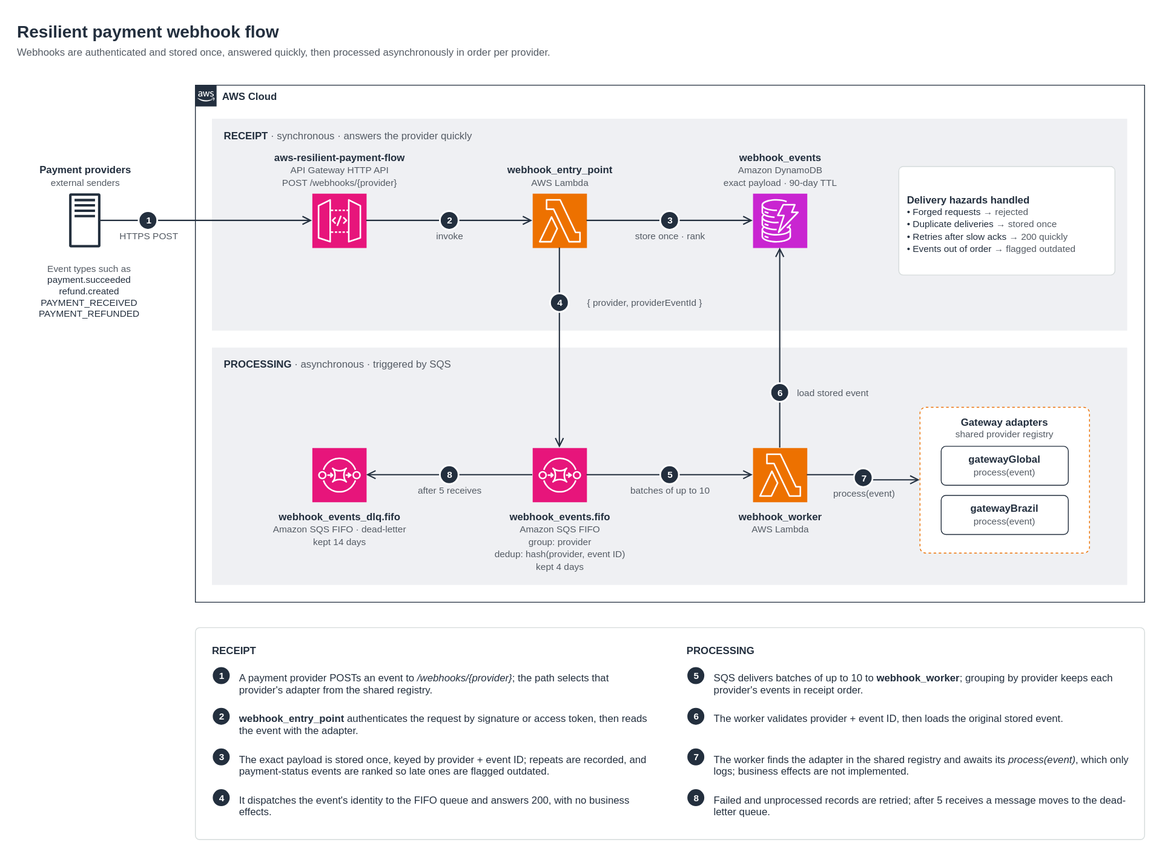
Earlier version of the draw.io export docs/architecture/images/architecture.drawio.svg (gabrielroriz/aws-resilient-payment-flow). Source tidied: cells renumbered, new cells last; positions are measured from the earlier drawing's top-left corner, leaving out a move shared by most shapes.
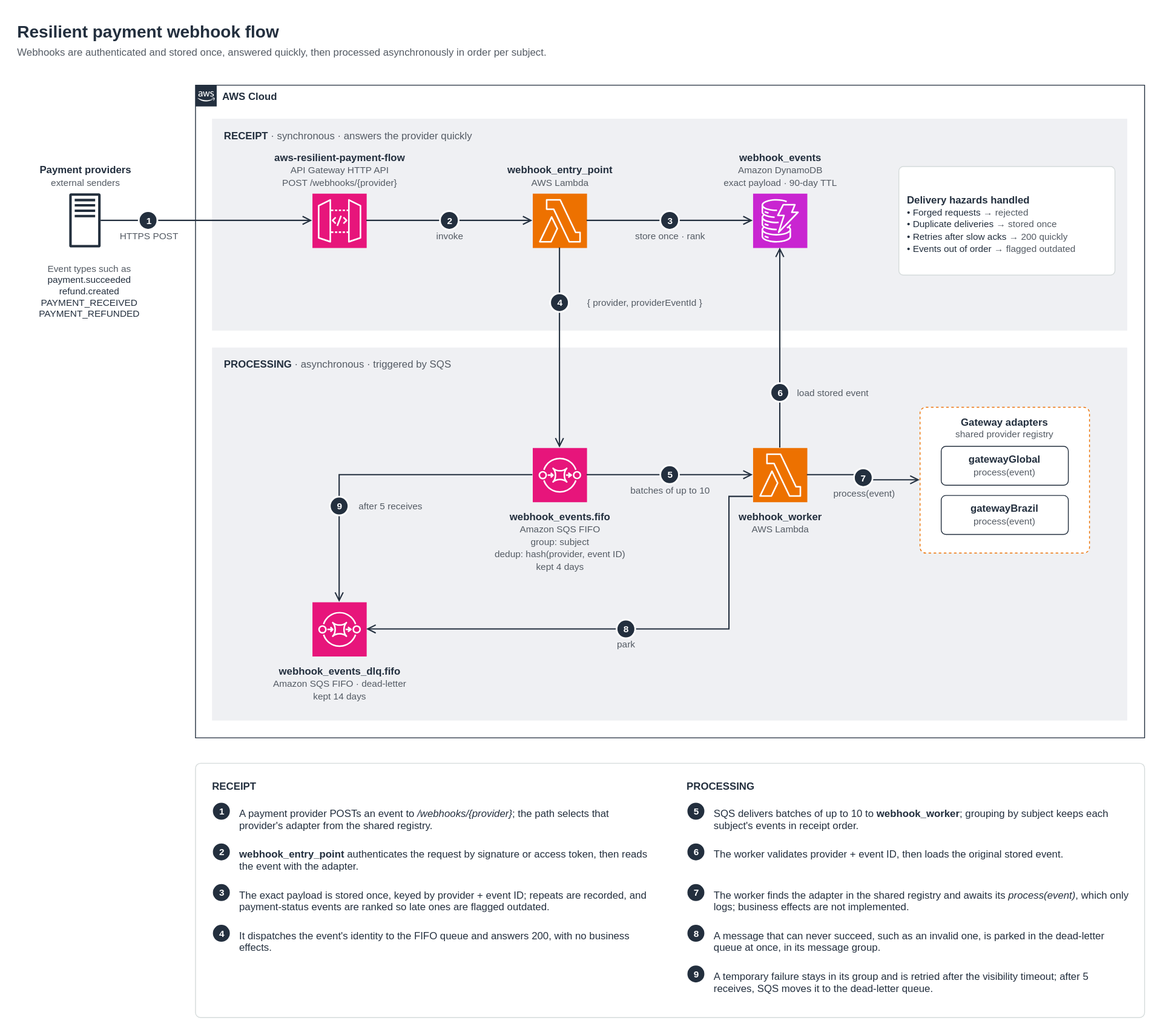
The same file after the commit.

Diff of the diagram source:
```diff
@@ -5,7 +5,7 @@
     <mxCell id="2" value="&lt;b&gt;Resilient payment webhook flow&lt;/b&gt;" style="text;html=1;whiteSpace=wrap;align=left;verticalAlign=top;fontSize=20;fontColor=#232F3E;spacing=0;" parent="1" vertex="1">
       <mxGeometry width="900" height="26" as="geometry" />
     </mxCell>
-    <mxCell id="3" value="Webhooks are authenticated and stored once, answered quickly, then processed asynchronously in order per provider." style="text;html=1;whiteSpace=wrap;align=left;verticalAlign=top;fontSize=12;fontColor=#545B64;spacing=0;" parent="1" vertex="1">
+    <mxCell id="3" value="Webhooks are authenticated and stored once, answered quickly, then processed asynchronously in order per subject." style="text;html=1;whiteSpace=wrap;align=left;verticalAlign=top;fontSize=12;fontColor=#545B64;spacing=0;" parent="1" vertex="1">
       <mxGeometry y="30" width="1000" height="18" as="geometry" />
     </mxCell>
     <mxCell id="4" value="&lt;b&gt;Payment providers&lt;/b&gt;&lt;br&gt;&lt;font style=&quot;font-size:11px&quot; color=&quot;#545B64&quot;&gt;external senders&lt;/font&gt;" style="sketch=0;outlineConnect=0;fontColor=#232F3E;gradientColor=none;fillColor=#232F3D;strokeColor=none;dashed=0;verticalLabelPosition=top;verticalAlign=bottom;align=center;html=1;fontSize=12;fontStyle=0;spacing=6;shape=mxgraph.aws4.traditional_server;" parent="1" vertex="1">
@@ -15,7 +15,7 @@
       <mxGeometry y="286" width="170" height="90" as="geometry" />
     </mxCell>
     <mxCell id="6" value="AWS Cloud" style="html=1;whiteSpace=wrap;gradientColor=none;fontSize=12;fontStyle=1;shape=mxgraph.aws4.group;grIcon=mxgraph.aws4.group_aws_cloud_alt;strokeColor=#232F3E;fillColor=none;verticalAlign=top;align=left;spacingLeft=30;fontColor=#232F3E;dashed=0;" parent="1" vertex="1">
-      <mxGeometry x="210" y="80" width="1120" height="610" as="geometry" />
+      <mxGeometry x="210" y="80" width="1120" height="770" as="geometry" />
     </mxCell>
     <mxCell id="7" value="&lt;b&gt;RECEIPT&lt;/b&gt;&lt;font color=&quot;#545B64&quot;&gt; · synchronous · answers the provider quickly&lt;/font&gt;" style="html=1;whiteSpace=wrap;fillColor=#EFF0F3;strokeColor=none;dashed=0;verticalAlign=top;align=left;spacingLeft=12;spacingTop=6;fontStyle=0;fontColor=#232F3E;fontSize=12;" parent="6" vertex="1">
       <mxGeometry x="20" y="40" width="1080" height="250" as="geometry" />
@@ -53,12 +53,12 @@
       </mxGeometry>
     </mxCell>
     <mxCell id="16" value="&lt;b&gt;PROCESSING&lt;/b&gt;&lt;font color=&quot;#545B64&quot;&gt; · asynchronous · triggered by SQS&lt;/font&gt;" style="html=1;whiteSpace=wrap;fillColor=#EFF0F3;strokeColor=none;dashed=0;verticalAlign=top;align=left;spacingLeft=12;spacingTop=6;fontStyle=0;fontColor=#232F3E;fontSize=12;" parent="6" vertex="1">
-      <mxGeometry x="20" y="310" width="1080" height="280" as="geometry" />
+      <mxGeometry x="20" y="310" width="1080" height="440" as="geometry" />
     </mxCell>
     <mxCell id="17" value="&lt;b&gt;webhook_events_dlq.fifo&lt;/b&gt;&lt;br&gt;&lt;font style=&quot;font-size:11px&quot; color=&quot;#545B64&quot;&gt;Amazon SQS FIFO · dead-letter&lt;/font&gt;&lt;br&gt;&lt;font style=&quot;font-size:11px&quot; color=&quot;#545B64&quot;&gt;kept 14 days&lt;/font&gt;" style="sketch=0;points=[[0,0,0],[0.25,0,0],[0.5,0,0],[0.75,0,0],[1,0,0],[0,1,0],[0.25,1,0],[0.5,1,0],[0.75,1,0],[1,1,0],[0,0.25,0],[0,0.5,0],[0,0.75,0],[1,0.25,0],[1,0.5,0],[1,0.75,0]];outlineConnect=0;fontColor=#232F3E;fillColor=#E7157B;strokeColor=#ffffff;dashed=0;verticalLabelPosition=bottom;verticalAlign=top;align=center;html=1;fontSize=12;fontStyle=0;spacing=6;shape=mxgraph.aws4.resourceIcon;resIcon=mxgraph.aws4.sqs;" parent="16" vertex="1">
-      <mxGeometry x="118" y="118" width="64" height="64" as="geometry" />
+      <mxGeometry x="118" y="300" width="64" height="64" as="geometry" />
     </mxCell>
-    <mxCell id="18" value="&lt;b&gt;webhook_events.fifo&lt;/b&gt;&lt;br&gt;&lt;font style=&quot;font-size:11px&quot; color=&quot;#545B64&quot;&gt;Amazon SQS FIFO&lt;/font&gt;&lt;br&gt;&lt;font style=&quot;font-size:11px&quot; color=&quot;#545B64&quot;&gt;group: provider&lt;/font&gt;&lt;br&gt;&lt;font style=&quot;font-size:11px&quot; color=&quot;#545B64&quot;&gt;dedup: hash(provider, event ID)&lt;/font&gt;&lt;br&gt;&lt;font style=&quot;font-size:11px&quot; color=&quot;#545B64&quot;&gt;kept 4 days&lt;/font&gt;" style="sketch=0;points=[[0,0,0],[0.25,0,0],[0.5,0,0],[0.75,0,0],[1,0,0],[0,1,0],[0.25,1,0],[0.5,1,0],[0.75,1,0],[1,1,0],[0,0.25,0],[0,0.5,0],[0,0.75,0],[1,0.25,0],[1,0.5,0],[1,0.75,0]];outlineConnect=0;fontColor=#232F3E;fillColor=#E7157B;strokeColor=#ffffff;dashed=0;verticalLabelPosition=bottom;verticalAlign=top;align=center;html=1;fontSize=12;fontStyle=0;spacing=6;shape=mxgraph.aws4.resourceIcon;resIcon=mxgraph.aws4.sqs;" parent="16" vertex="1">
+    <mxCell id="18" value="&lt;b&gt;webhook_events.fifo&lt;/b&gt;&lt;br&gt;&lt;font style=&quot;font-size:11px&quot; color=&quot;#545B64&quot;&gt;Amazon SQS FIFO&lt;/font&gt;&lt;br&gt;&lt;font style=&quot;font-size:11px&quot; color=&quot;#545B64&quot;&gt;group: subject&lt;/font&gt;&lt;br&gt;&lt;font style=&quot;font-size:11px&quot; color=&quot;#545B64&quot;&gt;dedup: hash(provider, event ID)&lt;/font&gt;&lt;br&gt;&lt;font style=&quot;font-size:11px&quot; color=&quot;#545B64&quot;&gt;kept 4 days&lt;/font&gt;" style="sketch=0;points=[[0,0,0],[0.25,0,0],[0.5,0,0],[0.75,0,0],[1,0,0],[0,1,0],[0.25,1,0],[0.5,1,0],[0.75,1,0],[1,1,0],[0,0.25,0],[0,0.5,0],[0,0.75,0],[1,0.25,0],[1,0.5,0],[1,0.75,0]];outlineConnect=0;fontColor=#232F3E;fillColor=#E7157B;strokeColor=#ffffff;dashed=0;verticalLabelPosition=bottom;verticalAlign=top;align=center;html=1;fontSize=12;fontStyle=0;spacing=6;shape=mxgraph.aws4.resourceIcon;resIcon=mxgraph.aws4.sqs;" parent="16" vertex="1">
       <mxGeometry x="378" y="118" width="64" height="64" as="geometry" />
     </mxCell>
     <mxCell id="19" value="&lt;b&gt;webhook_worker&lt;/b&gt;&lt;br&gt;&lt;font style=&quot;font-size:11px&quot; color=&quot;#545B64&quot;&gt;AWS Lambda&lt;/font&gt;" style="sketch=0;points=[[0,0,0],[0.25,0,0],[0.5,0,0],[0.75,0,0],[1,0,0],[0,1,0],[0.25,1,0],[0.5,1,0],[0.75,1,0],[1,1,0],[0,0.25,0],[0,0.5,0],[0,0.75,0],[1,0.25,0],[1,0.5,0],[1,0.75,0]];outlineConnect=0;fontColor=#232F3E;fillColor=#ED7100;strokeColor=#ffffff;dashed=0;verticalLabelPosition=bottom;verticalAlign=top;align=center;html=1;fontSize=12;fontStyle=0;spacing=6;shape=mxgraph.aws4.resourceIcon;resIcon=mxgraph.aws4.lambda;" parent="16" vertex="1">
@@ -93,16 +93,33 @@
         <mxPoint x="-11" y="-11" as="offset" />
       </mxGeometry>
     </mxCell>
-    <mxCell id="27" value="after 5 receives" style="edgeStyle=orthogonalEdgeStyle;rounded=0;html=1;endArrow=open;endSize=8;strokeWidth=1.5;strokeColor=#232F3E;fontColor=#545B64;fontSize=11;labelBackgroundColor=none;exitX=0;exitY=0.5;exitDx=0;exitDy=0;entryX=1;entryY=0.5;entryDx=0;entryDy=0;" parent="16" edge="1" source="18" target="17">
-      <mxGeometry relative="1" as="geometry">
-        <mxPoint y="18" as="offset" />
+    <mxCell id="27" value="after 5 receives" style="edgeStyle=orthogonalEdgeStyle;rounded=0;html=1;endArrow=open;endSize=8;strokeWidth=1.5;strokeColor=#232F3E;fontColor=#545B64;fontSize=11;labelBackgroundColor=none;exitX=0;exitY=0.5;exitDx=0;exitDy=0;entryX=0.5;entryY=0;entryDx=0;entryDy=0;" parent="16" edge="1" source="18" target="17">
+      <mxGeometry x="0.4" relative="1" as="geometry">
+        <Array as="points">
+          <mxPoint x="150" y="150" />
+        </Array>
+        <mxPoint x="60" as="offset" />
       </mxGeometry>
     </mxCell>
-    <mxCell id="28" value="8" style="ellipse;html=1;fillColor=#232F3E;strokeColor=#FFFFFF;strokeWidth=2;fontColor=#FFFFFF;fontStyle=1;fontSize=11;align=center;verticalAlign=middle;spacing=0;" parent="27" vertex="1">
-      <mxGeometry width="22" height="22" relative="1" as="geometry">
+    <mxCell id="28" value="9" style="ellipse;html=1;fillColor=#232F3E;strokeColor=#FFFFFF;strokeWidth=2;fontColor=#FFFFFF;fontStyle=1;fontSize=11;align=center;verticalAlign=middle;spacing=0;" parent="27" vertex="1">
+      <mxGeometry x="0.4" width="22" height="22" relative="1" as="geometry">
         <mxPoint x="-11" y="-11" as="offset" />
       </mxGeometry>
     </mxCell>
+    <mxCell id="54" value="park" style="edgeStyle=orthogonalEdgeStyle;rounded=0;html=1;endArrow=open;endSize=8;strokeWidth=1.5;strokeColor=#232F3E;fontColor=#545B64;fontSize=11;labelBackgroundColor=none;exitX=0;exitY=0.9;exitDx=0;exitDy=0;entryX=1;entryY=0.5;entryDx=0;entryDy=0;" parent="16" edge="1" source="19" target="17">
+      <mxGeometry relative="1" as="geometry">
+        <Array as="points">
+          <mxPoint x="610" y="176" />
+          <mxPoint x="610" y="332" />
+        </Array>
+        <mxPoint y="18" as="offset" />
+      </mxGeometry>
+    </mxCell>
+    <mxCell id="55" value="8" style="ellipse;html=1;fillColor=#232F3E;strokeColor=#FFFFFF;strokeWidth=2;fontColor=#FFFFFF;fontStyle=1;fontSize=11;align=center;verticalAlign=middle;spacing=0;" parent="54" vertex="1">
+      <mxGeometry width="22" height="22" relative="1" as="geometry">
+        <mxPoint x="-11" y="-11" as="offset" />
+      </mxGeometry>
+    </mxCell>
     <mxCell id="29" value="{ provider, providerEventId }" style="edgeStyle=orthogonalEdgeStyle;rounded=0;html=1;endArrow=open;endSize=8;strokeWidth=1.5;strokeColor=#232F3E;fontColor=#545B64;fontSize=11;labelBackgroundColor=none;exitX=0.5;exitY=1;exitDx=0;exitDy=0;entryX=0.5;entryY=0;entryDx=0;entryDy=0;" parent="6" edge="1" source="9" target="18">
       <mxGeometry x="-0.45" relative="1" as="geometry">
         <mxPoint x="100" as="offset" />
@@ -124,7 +141,7 @@
       </mxGeometry>
     </mxCell>
     <mxCell id="33" style="html=1;whiteSpace=wrap;fillColor=#FFFFFF;strokeColor=#D5DBDB;rounded=1;arcSize=2;" parent="1" vertex="1">
-      <mxGeometry x="210" y="720" width="1120" height="250" as="geometry" />
+      <mxGeometry x="210" y="880" width="1120" height="300" as="geometry" />
     </mxCell>
     <mxCell id="34" value="&lt;b&gt;RECEIPT&lt;/b&gt;" style="text;html=1;whiteSpace=wrap;align=left;verticalAlign=top;fontSize=12;fontColor=#232F3E;spacing=0;" parent="33" vertex="1">
       <mxGeometry x="20" y="16" width="520" height="18" as="geometry" />
@@ -159,7 +176,7 @@
     <mxCell id="44" value="5" style="ellipse;html=1;fillColor=#232F3E;strokeColor=#FFFFFF;strokeWidth=2;fontColor=#FFFFFF;fontStyle=1;fontSize=11;align=center;verticalAlign=middle;spacing=0;" parent="33" vertex="1">
       <mxGeometry x="580" y="46" width="22" height="22" as="geometry" />
     </mxCell>
-    <mxCell id="45" value="SQS delivers batches of up to 10 to &lt;b&gt;webhook_worker&lt;/b&gt;; grouping by provider keeps each provider's events in receipt order." style="text;html=1;whiteSpace=wrap;align=left;verticalAlign=top;fontSize=12;fontColor=#232F3E;spacing=0;" parent="33" vertex="1">
+    <mxCell id="45" value="SQS delivers batches of up to 10 to &lt;b&gt;webhook_worker&lt;/b&gt;; grouping by subject keeps each subject's events in receipt order." style="text;html=1;whiteSpace=wrap;align=left;verticalAlign=top;fontSize=12;fontColor=#232F3E;spacing=0;" parent="33" vertex="1">
       <mxGeometry x="612" y="48" width="488" height="44" as="geometry" />
     </mxCell>
     <mxCell id="46" value="6" style="ellipse;html=1;fillColor=#232F3E;strokeColor=#FFFFFF;strokeWidth=2;fontColor=#FFFFFF;fontStyle=1;fontSize=11;align=center;verticalAlign=middle;spacing=0;" parent="33" vertex="1">
@@ -177,9 +194,15 @@
     <mxCell id="50" value="8" style="ellipse;html=1;fillColor=#232F3E;strokeColor=#FFFFFF;strokeWidth=2;fontColor=#FFFFFF;fontStyle=1;fontSize=11;align=center;verticalAlign=middle;spacing=0;" parent="33" vertex="1">
       <mxGeometry x="580" y="190" width="22" height="22" as="geometry" />
     </mxCell>
-    <mxCell id="51" value="Failed and unprocessed records are retried; after 5 receives a message moves to the dead-letter queue." style="text;html=1;whiteSpace=wrap;align=left;verticalAlign=top;fontSize=12;fontColor=#232F3E;spacing=0;" parent="33" vertex="1">
+    <mxCell id="51" value="A message that can never succeed, such as an invalid one, is parked in the dead-letter queue at once, in its message group." style="text;html=1;whiteSpace=wrap;align=left;verticalAlign=top;fontSize=12;fontColor=#232F3E;spacing=0;" parent="33" vertex="1">
       <mxGeometry x="612" y="192" width="488" height="44" as="geometry" />
     </mxCell>
+    <mxCell id="56" value="9" style="ellipse;html=1;fillColor=#232F3E;strokeColor=#FFFFFF;strokeWidth=2;fontColor=#FFFFFF;fontStyle=1;fontSize=11;align=center;verticalAlign=middle;spacing=0;" parent="33" vertex="1">
+      <mxGeometry x="580" y="238" width="22" height="22" as="geometry" />
+    </mxCell>
+    <mxCell id="57" value="A temporary failure stays in its group and is retried after the visibility timeout; after 5 receives, SQS moves it to the dead-letter queue." style="text;html=1;whiteSpace=wrap;align=left;verticalAlign=top;fontSize=12;fontColor=#232F3E;spacing=0;" parent="33" vertex="1">
+      <mxGeometry x="612" y="240" width="488" height="44" as="geometry" />
+    </mxCell>
     <mxCell id="52" value="HTTPS POST" style="edgeStyle=orthogonalEdgeStyle;rounded=0;html=1;endArrow=open;endSize=8;strokeWidth=1.5;strokeColor=#232F3E;fontColor=#545B64;fontSize=11;labelBackgroundColor=none;exitX=1;exitY=0.5;exitDx=0;exitDy=0;entryX=0;entryY=0.5;entryDx=0;entryDy=0;" parent="1" edge="1" source="4" target="8">
       <mxGeometry x="-0.55" relative="1" as="geometry">
         <mxPoint y="18" as="offset" />
```
